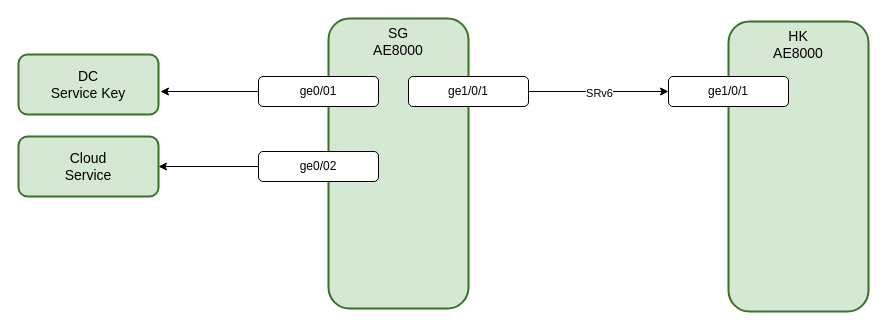
The draw.io diagram page "Overlay-port" (3 of 6) of arc.drawio in seansuming/ags-sdn-arc, before the edit. Source tidied: cells renumbered, new cells numbered last; positions are measured from the earlier drawing's top-left corner, leaving out a move shared by most shapes. Both pictures are drawn from the tidied source at 100%, with x=0, y=0 at pixel (18, 18).
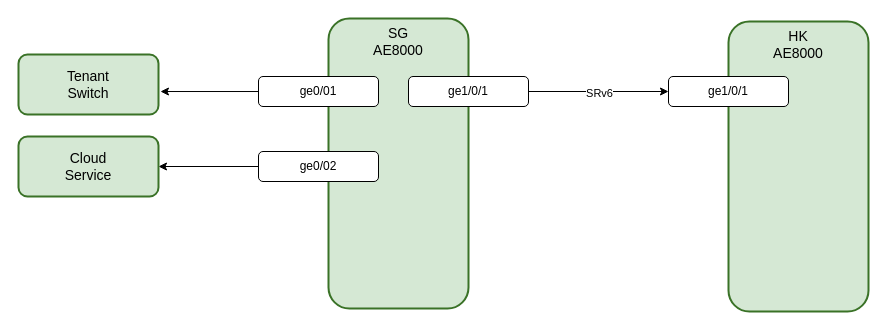
The same page after the edit.

Change to the diagram source:
```diff
@@
 <mxGraphModel>
   <root>
     <mxCell id="0" />
     <mxCell id="1" parent="0" />
     <mxCell id="2" value="SG&lt;br&gt;AE8000" style="rounded=1;whiteSpace=wrap;html=1;fillColor=#d5e8d4;strokeColor=#3a7227;strokeWidth=2;fontSize=14;verticalAlign=top;" parent="1" vertex="1">
       <mxGeometry x="310" width="140" height="290" as="geometry" />
     </mxCell>
-    <mxCell id="3" value="DC&lt;div&gt;Service Key&lt;/div&gt;" style="rounded=1;whiteSpace=wrap;html=1;fillColor=#d5e8d4;strokeColor=#3a7227;strokeWidth=2;fontSize=14;" parent="1" vertex="1">
+    <mxCell id="3" value="Tenant&lt;div&gt;Switch&lt;/div&gt;" style="rounded=1;whiteSpace=wrap;html=1;fillColor=#d5e8d4;strokeColor=#3a7227;strokeWidth=2;fontSize=14;" parent="1" vertex="1">
       <mxGeometry y="36" width="140" height="60" as="geometry" />
     </mxCell>
     <mxCell id="4" value="ge0/01" style="rounded=1;whiteSpace=wrap;html=1;" parent="1" vertex="1">
       <mxGeometry x="240" y="58" width="120" height="30" as="geometry" />
     </mxCell>
     <mxCell id="5" style="edgeStyle=orthogonalEdgeStyle;rounded=0;jettySize=auto;html=1;entryX=1.014;entryY=0.617;entryDx=0;entryDy=0;entryPerimeter=0;" parent="1" edge="1" source="4" target="3">
       <mxGeometry relative="1" as="geometry" />
     </mxCell>
     <mxCell id="6" style="edgeStyle=orthogonalEdgeStyle;rounded=0;jettySize=auto;html=1;entryX=1;entryY=0.5;entryDx=0;entryDy=0;" parent="1" edge="1" source="7" target="8">
       <mxGeometry relative="1" as="geometry" />
     </mxCell>
     <mxCell id="7" value="ge0/02" style="rounded=1;whiteSpace=wrap;html=1;" parent="1" vertex="1">
       <mxGeometry x="240" y="133" width="120" height="30" as="geometry" />
     </mxCell>
     <mxCell id="8" value="Cloud&lt;div&gt;Service&lt;/div&gt;" style="rounded=1;whiteSpace=wrap;html=1;fillColor=#d5e8d4;strokeColor=#3a7227;strokeWidth=2;fontSize=14;" parent="1" vertex="1">
       <mxGeometry y="118" width="140" height="60" as="geometry" />
     </mxCell>
     <mxCell id="9" style="edgeStyle=orthogonalEdgeStyle;rounded=0;jettySize=auto;html=1;entryX=0;entryY=0.5;entryDx=0;entryDy=0;" parent="1" edge="1" source="11" target="13">
       <mxGeometry relative="1" as="geometry" />
     </mxCell>
     <mxCell id="10" value="SRv6" style="edgeLabel;html=1;align=center;verticalAlign=middle;" parent="9" vertex="1">
       <mxGeometry y="-1" relative="1" as="geometry" />
     </mxCell>
     <mxCell id="11" value="ge1/0/1" style="rounded=1;whiteSpace=wrap;html=1;" parent="1" vertex="1">
       <mxGeometry x="390" y="58" width="120" height="30" as="geometry" />
     </mxCell>
     <mxCell id="12" value="HK&lt;br&gt;AE8000" style="rounded=1;whiteSpace=wrap;html=1;fillColor=#d5e8d4;strokeColor=#3a7227;strokeWidth=2;fontSize=14;verticalAlign=top;" parent="1" vertex="1">
       <mxGeometry x="710" y="3" width="140" height="290" as="geometry" />
     </mxCell>
     <mxCell id="13" value="ge1/0/1" style="rounded=1;whiteSpace=wrap;html=1;" parent="1" vertex="1">
       <mxGeometry x="650" y="58" width="120" height="30" as="geometry" />
     </mxCell>
   </root>
 </mxGraphModel>
```
